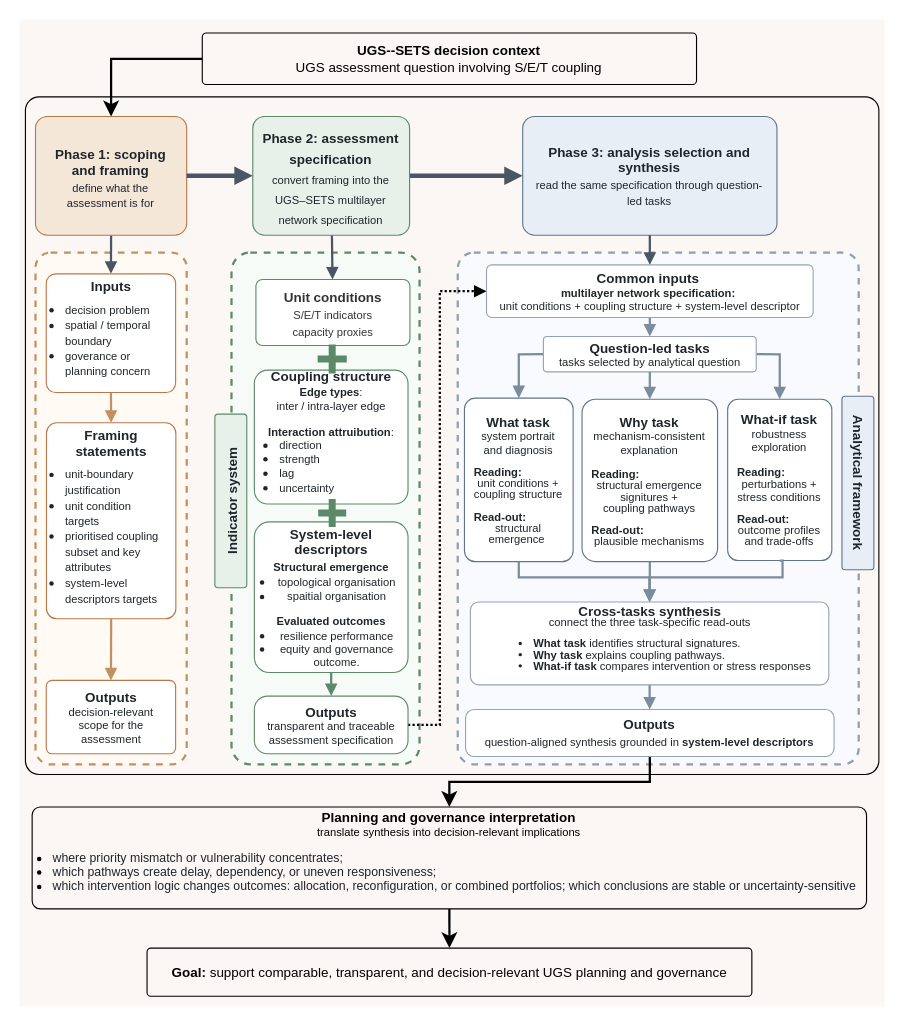
ZixuanLi317/iodraw-files keeps this draw.io diagram as section5-workflow.drawio. Above is the earlier version. Source tidied: cells renumbered, new cells numbered last; positions are measured from the earlier drawing's top-left corner, leaving out a move shared by most shapes. Both pictures are drawn from the tidied source at 112%, with x=0, y=0 at pixel (19, 19).
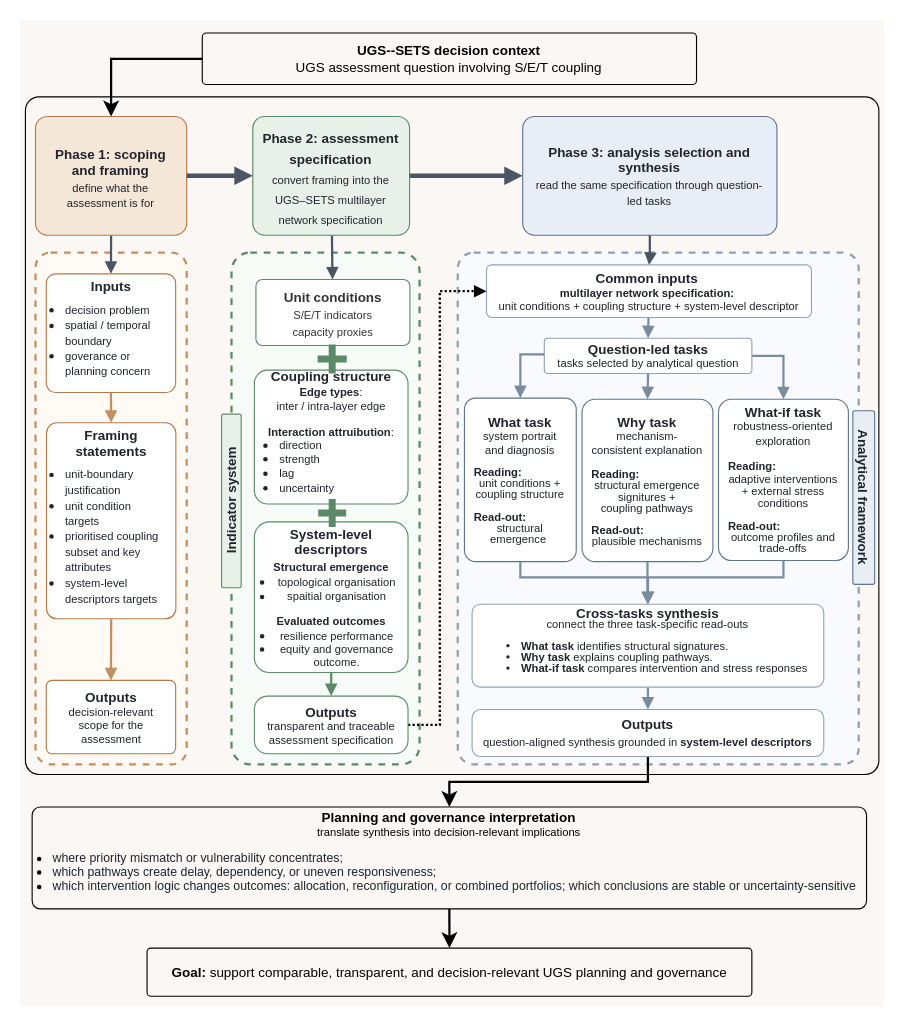
The same diagram, later.

The edit, as a diff of the source:
```diff
@@
     <mxCell id="16" value="&lt;div style=&quot;line-height: 100%;&quot;&gt;&lt;b&gt;What task&lt;/b&gt;&lt;br&gt;&lt;font style=&quot;font-size: 10px; line-height: 100%;&quot;&gt;system portrait and diagnosis&lt;/font&gt;&lt;/div&gt;&lt;div style=&quot;line-height: 100%;&quot;&gt;&lt;font style=&quot;line-height: 100%; font-size: 10px;&quot;&gt;&lt;div style=&quot;line-height: 100%;&quot;&gt;&lt;br&gt;&lt;/div&gt;&lt;div style=&quot;text-align: left; line-height: 100%;&quot;&gt;&lt;b&gt;Reading:&lt;/b&gt;&lt;/div&gt;&lt;div style=&quot;line-height: 100%;&quot;&gt;unit conditions +&lt;/div&gt;&lt;div style=&quot;line-height: 100%;&quot;&gt;coupling structure&lt;/div&gt;&lt;div style=&quot;line-height: 100%;&quot;&gt;&lt;br&gt;&lt;/div&gt;&lt;div style=&quot;text-align: left; line-height: 100%;&quot;&gt;&lt;b&gt;Read-out:&lt;/b&gt;&lt;/div&gt;&lt;div style=&quot;line-height: 100%;&quot;&gt;structural emergence&amp;nbsp;&lt;/div&gt;&lt;/font&gt;&lt;/div&gt;" style="whiteSpace=wrap;html=1;fillColor=default;strokeColor=#60748b;fontSize=12;fontColor=#20252b;align=center;verticalAlign=middle;spacing=10;rounded=1;arcSize=10;fontFamily=Helvetica;" parent="1" vertex="1">
-      <mxGeometry x="397.2" y="338" width="97" height="146" as="geometry" />
+      <mxGeometry x="397.2" y="338" width="99.8" height="146" as="geometry" />
     </mxCell>
     <mxCell id="17" value="&lt;div style=&quot;line-height: 100%;&quot;&gt;&lt;b&gt;Why task&lt;/b&gt;&lt;br&gt;&lt;font style=&quot;font-size: 10px; line-height: 100%;&quot;&gt;mechanism-consistent explanation&lt;/font&gt;&lt;/div&gt;&lt;div style=&quot;line-height: 100%;&quot;&gt;&lt;font style=&quot;font-size: 10px; line-height: 100%;&quot;&gt;&lt;br&gt;&lt;/font&gt;&lt;/div&gt;&lt;div style=&quot;line-height: 100%;&quot;&gt;&lt;font style=&quot;font-size: 10px; line-height: 100%;&quot;&gt;&lt;div style=&quot;text-align: left; line-height: 10px;&quot;&gt;&lt;b&gt;Reading:&lt;/b&gt;&lt;/div&gt;&lt;div style=&quot;line-height: 10px;&quot;&gt;structural emergence signitures&amp;nbsp;&lt;span style=&quot;background-color: transparent; color: light-dark(rgb(32, 37, 43), rgb(201, 206, 211));&quot;&gt;+&lt;/span&gt;&lt;/div&gt;&lt;div style=&quot;line-height: 10px;&quot;&gt;coupling&amp;nbsp;&lt;span style=&quot;background-color: transparent; color: light-dark(rgb(32, 37, 43), rgb(201, 206, 211));&quot;&gt;pathways&lt;/span&gt;&lt;/div&gt;&lt;div style=&quot;line-height: 10px;&quot;&gt;&lt;br&gt;&lt;/div&gt;&lt;div style=&quot;text-align: left; line-height: 10px;&quot;&gt;&lt;b&gt;Read-out:&lt;/b&gt;&lt;/div&gt;&lt;div style=&quot;line-height: 10px;&quot;&gt;plausible mechanisms&lt;/div&gt;&lt;/font&gt;&lt;/div&gt;" style="whiteSpace=wrap;html=1;fillColor=default;strokeColor=#60748b;fontSize=12;fontColor=#20252b;align=center;verticalAlign=middle;spacing=10;rounded=1;arcSize=10;fontFamily=Helvetica;" parent="1" vertex="1">
-      <mxGeometry x="502.2" y="339" width="121" height="145" as="geometry" />
+      <mxGeometry x="502.2" y="339" width="116.8" height="145" as="geometry" />
     </mxCell>
-    <mxCell id="18" value="&lt;div style=&quot;line-height: 100%;&quot;&gt;&lt;b&gt;What-if task&lt;/b&gt;&lt;br&gt;&lt;font style=&quot;font-size: 10px; line-height: 100%;&quot;&gt;robustness exploration&lt;br&gt;&lt;/font&gt;&lt;/div&gt;&lt;div style=&quot;line-height: 100%;&quot;&gt;&lt;font style=&quot;font-size: 10px; line-height: 100%;&quot;&gt;&lt;br&gt;&lt;/font&gt;&lt;/div&gt;&lt;div style=&quot;line-height: 100%;&quot;&gt;&lt;font style=&quot;line-height: 100%;&quot;&gt;&lt;div style=&quot;font-size: 10px; text-align: left; line-height: 10px;&quot;&gt;&lt;b&gt;Reading:&lt;/b&gt;&lt;/div&gt;&lt;div style=&quot;line-height: 10px;&quot;&gt;&lt;span style=&quot;font-size: 10px;&quot;&gt;perturbations + stress conditions&lt;/span&gt;&lt;/div&gt;&lt;div style=&quot;font-size: 10px; line-height: 10px;&quot;&gt;&lt;br&gt;&lt;/div&gt;&lt;div style=&quot;font-size: 10px; text-align: left; line-height: 10px;&quot;&gt;&lt;b&gt;Read-out:&lt;/b&gt;&lt;/div&gt;&lt;div style=&quot;font-size: 10px; line-height: 10px;&quot;&gt;outcome profiles and trade-offs&lt;/div&gt;&lt;/font&gt;&lt;/div&gt;" style="whiteSpace=wrap;html=1;fillColor=default;strokeColor=#60748b;fontSize=12;fontColor=#20252b;align=center;verticalAlign=middle;spacing=10;rounded=1;arcSize=10;fontFamily=Helvetica;" parent="1" vertex="1">
-      <mxGeometry x="632.2" y="339" width="93" height="144" as="geometry" />
+    <mxCell id="18" value="&lt;div style=&quot;line-height: 100%;&quot;&gt;&lt;b&gt;What-if task&lt;/b&gt;&lt;br&gt;&lt;font style=&quot;font-size: 10px;&quot;&gt;&lt;span style=&quot;background-color: transparent; color: light-dark(rgb(32, 37, 43), rgb(201, 206, 211));&quot;&gt;robustness-oriented exploration&lt;/span&gt;&lt;/font&gt;&lt;/div&gt;&lt;div style=&quot;line-height: 100%;&quot;&gt;&lt;font style=&quot;font-size: 10px; line-height: 100%;&quot;&gt;&lt;br&gt;&lt;/font&gt;&lt;/div&gt;&lt;div style=&quot;line-height: 100%;&quot;&gt;&lt;font style=&quot;line-height: 100%;&quot;&gt;&lt;div style=&quot;font-size: 10px; text-align: left; line-height: 10px;&quot;&gt;&lt;b&gt;Reading:&lt;/b&gt;&lt;/div&gt;&lt;div style=&quot;line-height: 10px;&quot;&gt;&lt;div style=&quot;line-height: 10px;&quot;&gt;&lt;font style=&quot;font-size: 10px;&quot;&gt;adaptive interventions&lt;/font&gt;&lt;/div&gt;&lt;div style=&quot;line-height: 10px;&quot;&gt;&lt;font style=&quot;font-size: 10px;&quot;&gt;&lt;span style=&quot;background-color: transparent; color: light-dark(rgb(32, 37, 43), rgb(201, 206, 211));&quot;&gt;+&lt;/span&gt;&amp;nbsp;external stress conditions&lt;/font&gt;&lt;/div&gt;&lt;/div&gt;&lt;div style=&quot;font-size: 10px; line-height: 10px;&quot;&gt;&lt;br&gt;&lt;/div&gt;&lt;div style=&quot;font-size: 10px; text-align: left; line-height: 10px;&quot;&gt;&lt;b&gt;Read-out:&lt;/b&gt;&lt;/div&gt;&lt;div style=&quot;font-size: 10px; line-height: 10px;&quot;&gt;outcome profiles and trade-offs&lt;/div&gt;&lt;/font&gt;&lt;/div&gt;" style="whiteSpace=wrap;html=1;fillColor=default;strokeColor=#60748b;fontSize=12;fontColor=#20252b;align=center;verticalAlign=middle;spacing=10;rounded=1;arcSize=10;fontFamily=Helvetica;" parent="1" vertex="1">
+      <mxGeometry x="624" y="339" width="116" height="144" as="geometry" />
     </mxCell>
@@
-    <mxCell id="22" value="&lt;div style=&quot;line-height: 80%;&quot;&gt;&lt;b&gt;&lt;font style=&quot;font-size: 12px; line-height: 80%;&quot;&gt;Cross-tasks synthesis&lt;/font&gt;&lt;/b&gt;&lt;br&gt;&lt;/div&gt;&lt;div style=&quot;line-height: 80%;&quot;&gt;&lt;font style=&quot;font-size: 10px; line-height: 100%;&quot;&gt;&lt;div style=&quot;line-height: 80%;&quot;&gt;connect the three task-specific read-outs&lt;/div&gt;&lt;div&gt;&lt;ul&gt;&lt;li style=&quot;text-align: left;&quot;&gt;&lt;b&gt;What task&lt;/b&gt; identifies structural signatures.&lt;/li&gt;&lt;li style=&quot;text-align: left;&quot;&gt;&lt;b&gt;Why task&lt;/b&gt; explains coupling pathways.&lt;/li&gt;&lt;li style=&quot;text-align: left;&quot;&gt;&lt;b&gt;What-if task&lt;/b&gt; compares intervention or stress responses&lt;/li&gt;&lt;/ul&gt;&lt;/div&gt;&lt;/font&gt;&lt;/div&gt;" style="whiteSpace=wrap;html=1;fillColor=default;strokeColor=#94a3b8;fontSize=16;fontColor=#20252b;align=center;verticalAlign=middle;spacing=10;rounded=1;arcSize=10;" parent="1" vertex="1">
-      <mxGeometry x="402.5" y="520" width="320" height="74" as="geometry" />
+    <mxCell id="22" value="&lt;div style=&quot;line-height: 80%;&quot;&gt;&lt;b&gt;&lt;font style=&quot;font-size: 12px; line-height: 80%;&quot;&gt;Cross-tasks synthesis&lt;/font&gt;&lt;/b&gt;&lt;br&gt;&lt;/div&gt;&lt;div style=&quot;line-height: 80%;&quot;&gt;&lt;font style=&quot;font-size: 10px; line-height: 100%;&quot;&gt;&lt;div style=&quot;line-height: 80%;&quot;&gt;connect the three task-specific read-outs&lt;/div&gt;&lt;div&gt;&lt;ul style=&quot;padding-left: 30px;&quot;&gt;&lt;li style=&quot;text-align: left;&quot;&gt;&lt;b&gt;What task&lt;/b&gt; identifies structural signatures.&lt;/li&gt;&lt;li style=&quot;text-align: left;&quot;&gt;&lt;b&gt;Why task&lt;/b&gt; explains coupling pathways.&lt;/li&gt;&lt;li style=&quot;text-align: left;&quot;&gt;&lt;b&gt;What-if task&lt;/b&gt; compares intervention and stress responses&lt;/li&gt;&lt;/ul&gt;&lt;/div&gt;&lt;/font&gt;&lt;/div&gt;" style="whiteSpace=wrap;html=1;fillColor=default;strokeColor=#94a3b8;fontSize=16;fontColor=#20252b;align=center;verticalAlign=middle;spacing=10;rounded=1;arcSize=10;" parent="1" vertex="1">
+      <mxGeometry x="404" y="522" width="314" height="74" as="geometry" />
     </mxCell>
@@
     <mxCell id="30" value="&lt;div style=&quot;line-height: 100%;&quot;&gt;&lt;b&gt;Question-led tasks&lt;/b&gt;&lt;div&gt;&lt;font style=&quot;font-size: 10px; line-height: 100%;&quot;&gt;tasks selected by analytical question&lt;/font&gt;&lt;/div&gt;&lt;/div&gt;" style="whiteSpace=wrap;html=1;fillColor=default;strokeColor=#94a3b8;fontSize=12;fontColor=#20252b;align=center;verticalAlign=middle;spacing=10;rounded=1;arcSize=10;" parent="1" vertex="1">
-      <mxGeometry x="467.7" y="283" width="190" height="31.5" as="geometry" />
+      <mxGeometry x="468.5" y="284.5" width="185.3" height="31.5" as="geometry" />
     </mxCell>
@@
     <mxCell id="32" value="&lt;div&gt;&lt;font&gt;&lt;b&gt;Outputs&lt;/b&gt;&lt;/font&gt;&lt;/div&gt;&lt;div&gt;&lt;font style=&quot;font-size: 10px;&quot;&gt;question-aligned synthesis grounded in &lt;b&gt;system-level descriptors&lt;/b&gt;&lt;/font&gt;&lt;/div&gt;" style="whiteSpace=wrap;html=1;fillColor=default;strokeColor=#94a3b8;fontSize=12;fontColor=#20252b;align=center;verticalAlign=middle;spacing=10;rounded=1;arcSize=18;fontFamily=Helvetica;" parent="1" vertex="1">
-      <mxGeometry x="398.2" y="616" width="329" height="42" as="geometry" />
+      <mxGeometry x="404" y="616" width="314" height="42" as="geometry" />
     </mxCell>
-    <mxCell id="33" value="&lt;font style=&quot;font-size: 12px;&quot;&gt;&lt;b style=&quot;&quot;&gt;Indicator system&lt;/b&gt;&lt;br&gt;&lt;/font&gt;" style="whiteSpace=wrap;html=1;fillColor=#e8f0ea;strokeColor=#5c8a68;fontSize=18;fontColor=#20252b;align=center;verticalAlign=middle;spacing=10;rounded=1;arcSize=10;rotation=-90;" parent="1" vertex="1">
-      <mxGeometry x="111.1" y="415.5" width="155" height="28.5" as="geometry" />
+    <mxCell id="33" value="&lt;font style=&quot;font-size: 12px;&quot;&gt;&lt;b style=&quot;line-height: 90%;&quot;&gt;Indicator system&lt;/b&gt;&lt;br&gt;&lt;/font&gt;" style="whiteSpace=wrap;html=1;fillColor=light-dark(#e8f0ea, #1c2228);strokeColor=light-dark(#5c8a68, #7c8ea1);fontSize=12;fontColor=#20252b;align=center;verticalAlign=middle;spacing=10;rounded=1;arcSize=10;rotation=-90;fontFamily=Helvetica;" parent="1" vertex="1">
+      <mxGeometry x="111.6" y="421" width="155" height="17.5" as="geometry" />
     </mxCell>
     <mxCell id="34" value="&lt;font style=&quot;font-size: 12px;&quot;&gt;&lt;b style=&quot;&quot;&gt;Analytical framework&lt;/b&gt;&lt;br&gt;&lt;/font&gt;" style="whiteSpace=wrap;html=1;fillColor=#e8eef6;strokeColor=#60748b;fontSize=12;fontColor=#20252b;align=center;verticalAlign=middle;spacing=10;rounded=1;arcSize=10;rotation=90;fontFamily=Helvetica;" parent="1" vertex="1">
-      <mxGeometry x="671" y="399.5" width="155" height="28.5" as="geometry" />
+      <mxGeometry x="676.2" y="417" width="155" height="19.5" as="geometry" />
     </mxCell>
@@
     <mxCell id="36" value="&lt;div style=&quot;line-height: 100%;&quot;&gt;&lt;b&gt;Common inputs&amp;nbsp;&lt;/b&gt;&lt;div&gt;&lt;span style=&quot;font-size: 10px; line-height: 100%;&quot;&gt;&lt;b&gt;multilayer network specification:&lt;/b&gt;&amp;nbsp;&lt;/span&gt;&lt;/div&gt;&lt;div&gt;&lt;span style=&quot;background-color: transparent; font-size: 10px; line-height: 100%;&quot;&gt;unit conditions + coupling structure + system-level descriptor&lt;/span&gt;&lt;/div&gt;&lt;/div&gt;" style="whiteSpace=wrap;html=1;fillColor=default;strokeColor=#94a3b8;fontSize=12;fontColor=#20252b;align=center;verticalAlign=middle;spacing=10;rounded=1;arcSize=10;" parent="1" vertex="1">
-      <mxGeometry x="416.9" y="219" width="291.6" height="47" as="geometry" />
+      <mxGeometry x="416.9" y="219" width="290.1" height="47" as="geometry" />
     </mxCell>
@@
     <mxCell id="44" style="edgeStyle=orthogonalEdgeStyle;rounded=0;jettySize=auto;html=1;strokeColor=light-dark(#7b8c9e, #b77859);strokeWidth=2;endArrow=block;endFill=1;fontSize=14;fontColor=#68717c;exitX=0.5;exitY=1;exitDx=0;exitDy=0;entryX=0.5;entryY=0;entryDx=0;entryDy=0;" parent="1" edge="1" source="16" target="22">
       <mxGeometry relative="1" as="geometry">
         <Array as="points">
-          <mxPoint x="446.2" y="498" />
-          <mxPoint x="563.2" y="498" />
+          <mxPoint x="446" y="498" />
+          <mxPoint x="561" y="498" />
+          <mxPoint x="561" y="522" />
         </Array>
       </mxGeometry>
     </mxCell>
     <mxCell id="45" style="edgeStyle=orthogonalEdgeStyle;rounded=0;jettySize=auto;html=1;strokeColor=light-dark(#7b8c9e, #b77859);strokeWidth=2;endArrow=block;endFill=1;fontSize=14;fontColor=#68717c;align=center;verticalAlign=middle;fontFamily=Helvetica;labelBackgroundColor=default;exitX=0.5;exitY=1;exitDx=0;exitDy=0;entryX=0.5;entryY=0;entryDx=0;entryDy=0;" parent="1" edge="1" source="18" target="22">
       <mxGeometry relative="1" as="geometry">
         <Array as="points">
-          <mxPoint x="681.2" y="498" />
-          <mxPoint x="562.2" y="498" />
+          <mxPoint x="679" y="498" />
+          <mxPoint x="561" y="498" />
+          <mxPoint x="561" y="522" />
         </Array>
       </mxGeometry>
     </mxCell>
```
